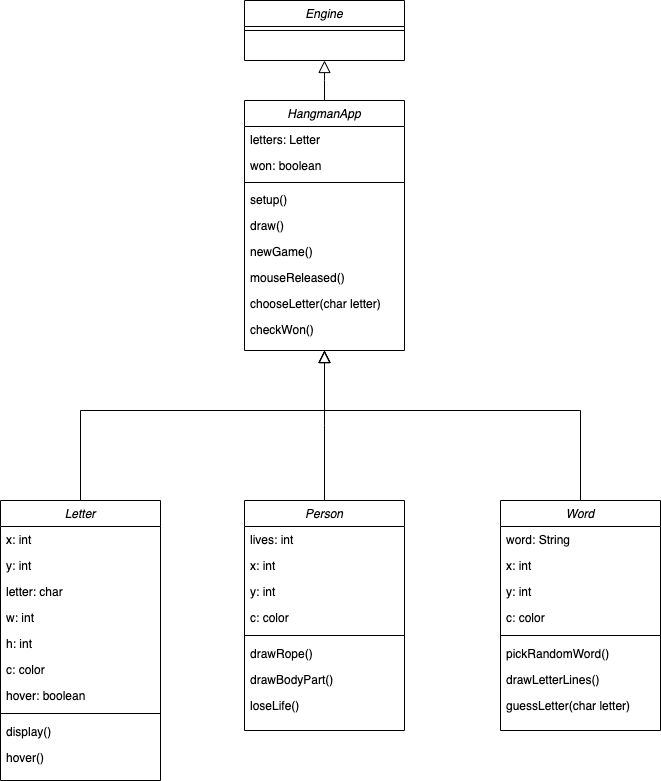
Before: src/HangmanApp/hangman-app-class-diagram.png, a diagram exported from draw.io (drewwardrop/ProgrammingPortfolio). Source tidied: cells renumbered, new cells last; positions are measured from the earlier drawing's top-left corner, leaving out a move shared by most shapes.
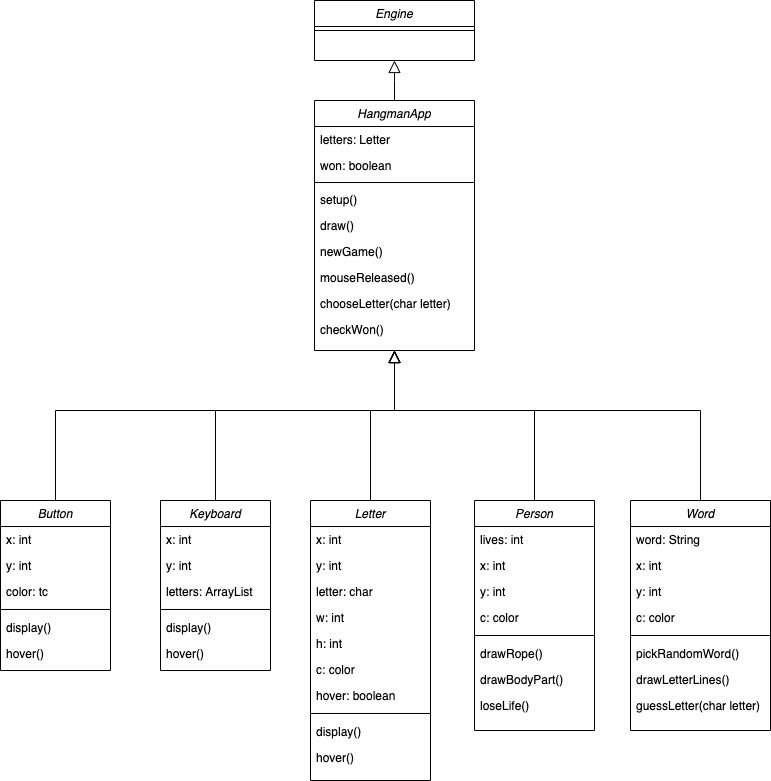
The same diagram one commit later.

The edit, as a diff of the source:
```diff
@@ -39,9 +39,11 @@
         </Array>
       </mxGeometry>
     </mxCell>
-    <mxCell id="13" style="endArrow=block;endSize=10;endFill=0;shadow=0;strokeWidth=1;rounded=0;edgeStyle=elbowEdgeStyle;elbow=vertical;exitX=0.5;exitY=0;exitDx=0;exitDy=0;" parent="1" edge="1" target="2">
+    <mxCell id="13" style="endArrow=block;endSize=10;endFill=0;shadow=0;strokeWidth=1;rounded=0;edgeStyle=elbowEdgeStyle;elbow=vertical;exitX=0.5;exitY=0;exitDx=0;exitDy=0;" parent="1" edge="1" source="29" target="2">
       <mxGeometry relative="1" as="geometry">
-        <mxPoint x="324" y="500" as="sourcePoint" />
+        <Array as="points">
+          <mxPoint x="324" y="410" />
+        </Array>
       </mxGeometry>
     </mxCell>
     <mxCell id="14" style="endArrow=block;endSize=10;endFill=0;shadow=0;strokeWidth=1;rounded=0;edgeStyle=elbowEdgeStyle;elbow=vertical;exitX=0.5;exitY=0;exitDx=0;exitDy=0;" parent="1" edge="1" source="38">
@@ -53,37 +55,37 @@
       </mxGeometry>
     </mxCell>
     <mxCell id="15" value="Letter" style="swimlane;fontStyle=2;align=center;verticalAlign=top;horizontal=1;startSize=26;rounded=0;shadow=0;strokeWidth=1;" parent="1" vertex="1">
-      <mxGeometry y="500" width="160" height="280" as="geometry" />
+      <mxGeometry x="240" y="500" width="120" height="280" as="geometry" />
     </mxCell>
     <mxCell id="16" value="x: int" style="text;align=left;verticalAlign=top;spacingLeft=4;spacingRight=4;overflow=hidden;" parent="15" vertex="1">
-      <mxGeometry y="26" width="160" height="26" as="geometry" />
+      <mxGeometry y="26" width="120" height="26" as="geometry" />
     </mxCell>
     <mxCell id="17" value="y: int" style="text;align=left;verticalAlign=top;spacingLeft=4;spacingRight=4;overflow=hidden;" parent="15" vertex="1">
-      <mxGeometry y="52" width="160" height="26" as="geometry" />
+      <mxGeometry y="52" width="120" height="26" as="geometry" />
     </mxCell>
     <mxCell id="18" value="letter: char" style="text;align=left;verticalAlign=top;spacingLeft=4;spacingRight=4;overflow=hidden;" parent="15" vertex="1">
-      <mxGeometry y="78" width="160" height="26" as="geometry" />
+      <mxGeometry y="78" width="120" height="26" as="geometry" />
     </mxCell>
     <mxCell id="19" value="w: int" style="text;align=left;verticalAlign=top;spacingLeft=4;spacingRight=4;overflow=hidden;" parent="15" vertex="1">
-      <mxGeometry y="104" width="160" height="26" as="geometry" />
+      <mxGeometry y="104" width="120" height="26" as="geometry" />
     </mxCell>
     <mxCell id="20" value="h: int" style="text;align=left;verticalAlign=top;spacingLeft=4;spacingRight=4;overflow=hidden;" parent="15" vertex="1">
-      <mxGeometry y="130" width="160" height="26" as="geometry" />
+      <mxGeometry y="130" width="120" height="26" as="geometry" />
     </mxCell>
     <mxCell id="21" value="c: color" style="text;align=left;verticalAlign=top;spacingLeft=4;spacingRight=4;overflow=hidden;" parent="15" vertex="1">
-      <mxGeometry y="156" width="160" height="26" as="geometry" />
+      <mxGeometry y="156" width="120" height="26" as="geometry" />
     </mxCell>
     <mxCell id="22" value="hover: boolean" style="text;align=left;verticalAlign=top;spacingLeft=4;spacingRight=4;overflow=hidden;" parent="15" vertex="1">
-      <mxGeometry y="182" width="160" height="26" as="geometry" />
+      <mxGeometry y="182" width="120" height="26" as="geometry" />
     </mxCell>
     <mxCell id="23" style="line;html=1;strokeWidth=1;align=left;verticalAlign=middle;spacingTop=-1;spacingLeft=3;spacingRight=3;labelPosition=right;" parent="15" vertex="1">
-      <mxGeometry y="208" width="160" height="10" as="geometry" />
+      <mxGeometry y="208" width="120" height="10" as="geometry" />
     </mxCell>
     <mxCell id="24" value="display()" style="text;align=left;verticalAlign=top;spacingLeft=4;spacingRight=4;overflow=hidden;" parent="15" vertex="1">
-      <mxGeometry y="218" width="160" height="26" as="geometry" />
+      <mxGeometry y="218" width="120" height="26" as="geometry" />
     </mxCell>
     <mxCell id="25" value="hover()" style="text;align=left;verticalAlign=top;spacingLeft=4;spacingRight=4;overflow=hidden;" parent="15" vertex="1">
-      <mxGeometry y="244" width="160" height="26" as="geometry" />
+      <mxGeometry y="244" width="120" height="26" as="geometry" />
     </mxCell>
     <mxCell id="26" value="Engine" style="swimlane;fontStyle=2;align=center;verticalAlign=top;horizontal=1;startSize=26;rounded=0;shadow=0;strokeWidth=1;swimlaneFillColor=#ffffff;" parent="1" vertex="1">
       <mxGeometry x="244" width="160" height="60" as="geometry" />
@@ -97,58 +99,116 @@
       </mxGeometry>
     </mxCell>
     <mxCell id="29" value="Person" style="swimlane;fontStyle=2;align=center;verticalAlign=top;horizontal=1;startSize=26;rounded=0;shadow=0;strokeWidth=1;" parent="1" vertex="1">
-      <mxGeometry x="244" y="500" width="160" height="230" as="geometry" />
+      <mxGeometry x="404" y="500" width="120" height="230" as="geometry" />
     </mxCell>
     <mxCell id="30" value="lives: int" style="text;align=left;verticalAlign=top;spacingLeft=4;spacingRight=4;overflow=hidden;" parent="29" vertex="1">
-      <mxGeometry y="26" width="160" height="26" as="geometry" />
+      <mxGeometry y="26" width="120" height="26" as="geometry" />
     </mxCell>
     <mxCell id="31" value="x: int" style="text;align=left;verticalAlign=top;spacingLeft=4;spacingRight=4;overflow=hidden;" parent="29" vertex="1">
-      <mxGeometry y="52" width="160" height="26" as="geometry" />
+      <mxGeometry y="52" width="120" height="26" as="geometry" />
     </mxCell>
     <mxCell id="32" value="y: int" style="text;align=left;verticalAlign=top;spacingLeft=4;spacingRight=4;overflow=hidden;" parent="29" vertex="1">
-      <mxGeometry y="78" width="160" height="26" as="geometry" />
+      <mxGeometry y="78" width="120" height="26" as="geometry" />
     </mxCell>
     <mxCell id="33" value="c: color" style="text;align=left;verticalAlign=top;spacingLeft=4;spacingRight=4;overflow=hidden;" parent="29" vertex="1">
-      <mxGeometry y="104" width="160" height="26" as="geometry" />
+      <mxGeometry y="104" width="120" height="26" as="geometry" />
     </mxCell>
     <mxCell id="34" style="line;html=1;strokeWidth=1;align=left;verticalAlign=middle;spacingTop=-1;spacingLeft=3;spacingRight=3;labelPosition=right;" parent="29" vertex="1">
-      <mxGeometry y="130" width="160" height="10" as="geometry" />
+      <mxGeometry y="130" width="120" height="10" as="geometry" />
     </mxCell>
     <mxCell id="35" value="drawRope()" style="text;align=left;verticalAlign=top;spacingLeft=4;spacingRight=4;overflow=hidden;" parent="29" vertex="1">
-      <mxGeometry y="140" width="160" height="26" as="geometry" />
+      <mxGeometry y="140" width="120" height="26" as="geometry" />
     </mxCell>
     <mxCell id="36" value="drawBodyPart()" style="text;align=left;verticalAlign=top;spacingLeft=4;spacingRight=4;overflow=hidden;" parent="29" vertex="1">
-      <mxGeometry y="166" width="160" height="26" as="geometry" />
+      <mxGeometry y="166" width="120" height="26" as="geometry" />
     </mxCell>
     <mxCell id="37" value="loseLife()" style="text;align=left;verticalAlign=top;spacingLeft=4;spacingRight=4;overflow=hidden;" parent="29" vertex="1">
-      <mxGeometry y="192" width="160" height="26" as="geometry" />
+      <mxGeometry y="192" width="120" height="26" as="geometry" />
     </mxCell>
     <mxCell id="38" value="Word" style="swimlane;fontStyle=2;align=center;verticalAlign=top;horizontal=1;startSize=26;rounded=0;shadow=0;strokeWidth=1;" parent="1" vertex="1">
-      <mxGeometry x="500" y="500" width="160" height="230" as="geometry" />
+      <mxGeometry x="560" y="500" width="140" height="230" as="geometry" />
     </mxCell>
     <mxCell id="39" value="word: String" style="text;align=left;verticalAlign=top;spacingLeft=4;spacingRight=4;overflow=hidden;" parent="38" vertex="1">
-      <mxGeometry y="26" width="160" height="26" as="geometry" />
+      <mxGeometry y="26" width="140" height="26" as="geometry" />
     </mxCell>
     <mxCell id="40" value="x: int" style="text;align=left;verticalAlign=top;spacingLeft=4;spacingRight=4;overflow=hidden;" parent="38" vertex="1">
-      <mxGeometry y="52" width="160" height="26" as="geometry" />
+      <mxGeometry y="52" width="140" height="26" as="geometry" />
     </mxCell>
     <mxCell id="41" value="y: int" style="text;align=left;verticalAlign=top;spacingLeft=4;spacingRight=4;overflow=hidden;" parent="38" vertex="1">
-      <mxGeometry y="78" width="160" height="26" as="geometry" />
+      <mxGeometry y="78" width="140" height="26" as="geometry" />
     </mxCell>
     <mxCell id="42" value="c: color" style="text;align=left;verticalAlign=top;spacingLeft=4;spacingRight=4;overflow=hidden;" parent="38" vertex="1">
-      <mxGeometry y="104" width="160" height="26" as="geometry" />
+      <mxGeometry y="104" width="140" height="26" as="geometry" />
     </mxCell>
     <mxCell id="43" style="line;html=1;strokeWidth=1;align=left;verticalAlign=middle;spacingTop=-1;spacingLeft=3;spacingRight=3;labelPosition=right;" parent="38" vertex="1">
-      <mxGeometry y="130" width="160" height="10" as="geometry" />
+      <mxGeometry y="130" width="140" height="10" as="geometry" />
     </mxCell>
     <mxCell id="44" value="pickRandomWord()" style="text;align=left;verticalAlign=top;spacingLeft=4;spacingRight=4;overflow=hidden;" parent="38" vertex="1">
-      <mxGeometry y="140" width="160" height="26" as="geometry" />
+      <mxGeometry y="140" width="140" height="26" as="geometry" />
     </mxCell>
     <mxCell id="45" value="drawLetterLines()" style="text;align=left;verticalAlign=top;spacingLeft=4;spacingRight=4;overflow=hidden;" parent="38" vertex="1">
-      <mxGeometry y="166" width="160" height="26" as="geometry" />
+      <mxGeometry y="166" width="140" height="26" as="geometry" />
     </mxCell>
     <mxCell id="46" value="guessLetter(char letter)" style="text;align=left;verticalAlign=top;spacingLeft=4;spacingRight=4;overflow=hidden;" parent="38" vertex="1">
-      <mxGeometry y="192" width="160" height="26" as="geometry" />
+      <mxGeometry y="192" width="140" height="26" as="geometry" />
     </mxCell>
+    <mxCell id="47" value="Keyboard" style="swimlane;fontStyle=2;align=center;verticalAlign=top;horizontal=1;startSize=26;rounded=0;shadow=0;strokeWidth=1;" parent="1" vertex="1">
+      <mxGeometry x="90" y="500" width="110" height="170" as="geometry" />
+    </mxCell>
+    <mxCell id="48" value="x: int" style="text;align=left;verticalAlign=top;spacingLeft=4;spacingRight=4;overflow=hidden;" parent="47" vertex="1">
+      <mxGeometry y="26" width="110" height="26" as="geometry" />
+    </mxCell>
+    <mxCell id="49" value="y: int" style="text;align=left;verticalAlign=top;spacingLeft=4;spacingRight=4;overflow=hidden;" parent="47" vertex="1">
+      <mxGeometry y="52" width="110" height="26" as="geometry" />
+    </mxCell>
+    <mxCell id="50" value="letters: ArrayList" style="text;align=left;verticalAlign=top;spacingLeft=4;spacingRight=4;overflow=hidden;" parent="47" vertex="1">
+      <mxGeometry y="78" width="110" height="26" as="geometry" />
+    </mxCell>
+    <mxCell id="51" style="line;html=1;strokeWidth=1;align=left;verticalAlign=middle;spacingTop=-1;spacingLeft=3;spacingRight=3;labelPosition=right;" parent="47" vertex="1">
+      <mxGeometry y="104" width="110" height="10" as="geometry" />
+    </mxCell>
+    <mxCell id="52" value="display()" style="text;align=left;verticalAlign=top;spacingLeft=4;spacingRight=4;overflow=hidden;" parent="47" vertex="1">
+      <mxGeometry y="114" width="110" height="26" as="geometry" />
+    </mxCell>
+    <mxCell id="53" value="hover()" style="text;align=left;verticalAlign=top;spacingLeft=4;spacingRight=4;overflow=hidden;" parent="47" vertex="1">
+      <mxGeometry y="140" width="110" height="26" as="geometry" />
+    </mxCell>
+    <mxCell id="54" value="Button" style="swimlane;fontStyle=2;align=center;verticalAlign=top;horizontal=1;startSize=26;rounded=0;shadow=0;strokeWidth=1;" parent="1" vertex="1">
+      <mxGeometry x="-70" y="500" width="110" height="170" as="geometry" />
+    </mxCell>
+    <mxCell id="55" value="x: int" style="text;align=left;verticalAlign=top;spacingLeft=4;spacingRight=4;overflow=hidden;" parent="54" vertex="1">
+      <mxGeometry y="26" width="110" height="26" as="geometry" />
+    </mxCell>
+    <mxCell id="56" value="y: int" style="text;align=left;verticalAlign=top;spacingLeft=4;spacingRight=4;overflow=hidden;" parent="54" vertex="1">
+      <mxGeometry y="52" width="110" height="26" as="geometry" />
+    </mxCell>
+    <mxCell id="57" value="color: tc" style="text;align=left;verticalAlign=top;spacingLeft=4;spacingRight=4;overflow=hidden;" parent="54" vertex="1">
+      <mxGeometry y="78" width="110" height="26" as="geometry" />
+    </mxCell>
+    <mxCell id="58" style="line;html=1;strokeWidth=1;align=left;verticalAlign=middle;spacingTop=-1;spacingLeft=3;spacingRight=3;labelPosition=right;" parent="54" vertex="1">
+      <mxGeometry y="104" width="110" height="10" as="geometry" />
+    </mxCell>
+    <mxCell id="59" value="display()" style="text;align=left;verticalAlign=top;spacingLeft=4;spacingRight=4;overflow=hidden;" parent="54" vertex="1">
+      <mxGeometry y="114" width="110" height="26" as="geometry" />
+    </mxCell>
+    <mxCell id="60" value="hover()" style="text;align=left;verticalAlign=top;spacingLeft=4;spacingRight=4;overflow=hidden;" parent="54" vertex="1">
+      <mxGeometry y="140" width="110" height="26" as="geometry" />
+    </mxCell>
+    <mxCell id="61" style="endArrow=block;endSize=10;endFill=0;shadow=0;strokeWidth=1;rounded=0;edgeStyle=elbowEdgeStyle;elbow=vertical;" parent="1" edge="1" source="47">
+      <mxGeometry relative="1" as="geometry">
+        <mxPoint x="324" y="350" as="targetPoint" />
+        <Array as="points">
+          <mxPoint x="240" y="410" />
+        </Array>
+      </mxGeometry>
+    </mxCell>
+    <mxCell id="62" style="endArrow=block;endSize=10;endFill=0;shadow=0;strokeWidth=1;rounded=0;edgeStyle=elbowEdgeStyle;elbow=vertical;exitX=0.5;exitY=0;exitDx=0;exitDy=0;" parent="1" edge="1" source="54">
+      <mxGeometry relative="1" as="geometry">
+        <mxPoint x="324" y="350" as="targetPoint" />
+        <Array as="points">
+          <mxPoint x="160" y="410" />
+        </Array>
+      </mxGeometry>
+    </mxCell>
   </root>
 </mxGraphModel>
```
